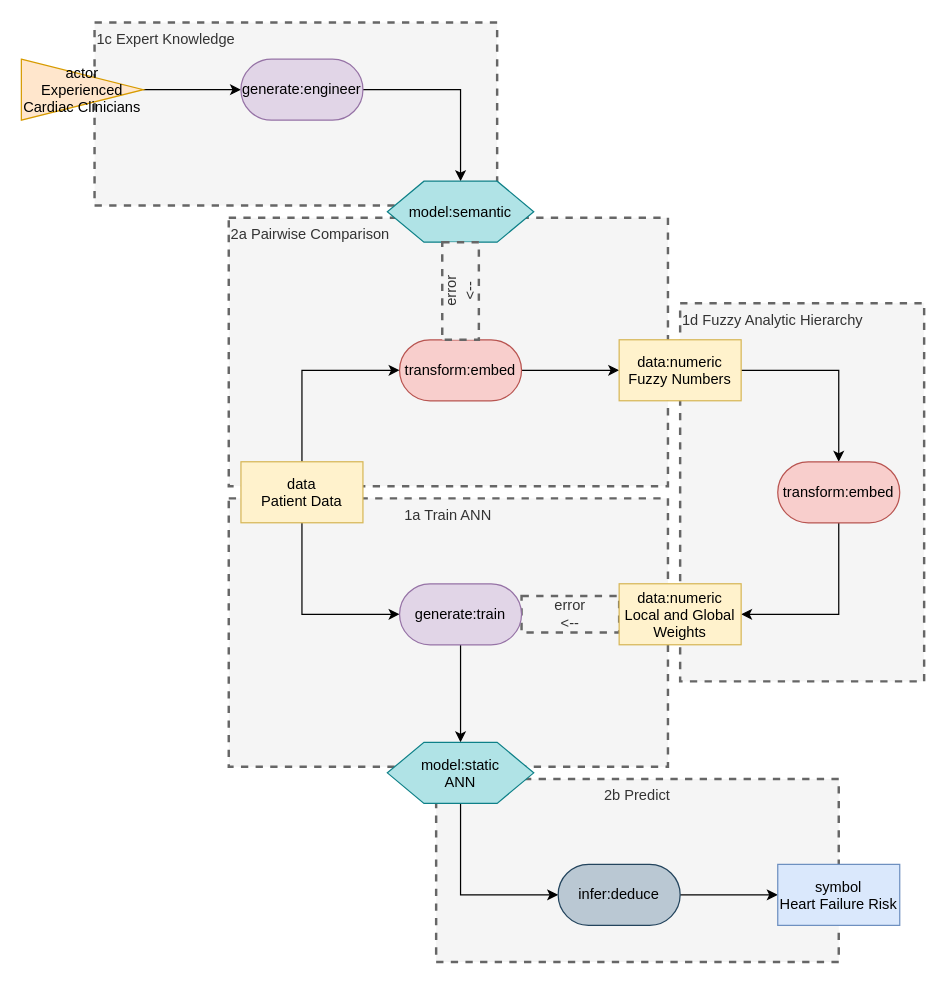
The draw.io diagram page "Page-1" (1 of 2) of medical patterns to boxologies/Rules influence ML Training (RMLT)/An integrated decision support system based on ANN and Fuzzy_AHP for heart failure risk prediction.drawio in zonnesmit/thesis, before the edit. Source tidied: cells renumbered, new cells numbered last; positions are measured from the earlier drawing's top-left corner, leaving out a move shared by most shapes. Both pictures are drawn from the tidied source at 122%, with x=0, y=0 at pixel (21, 22).
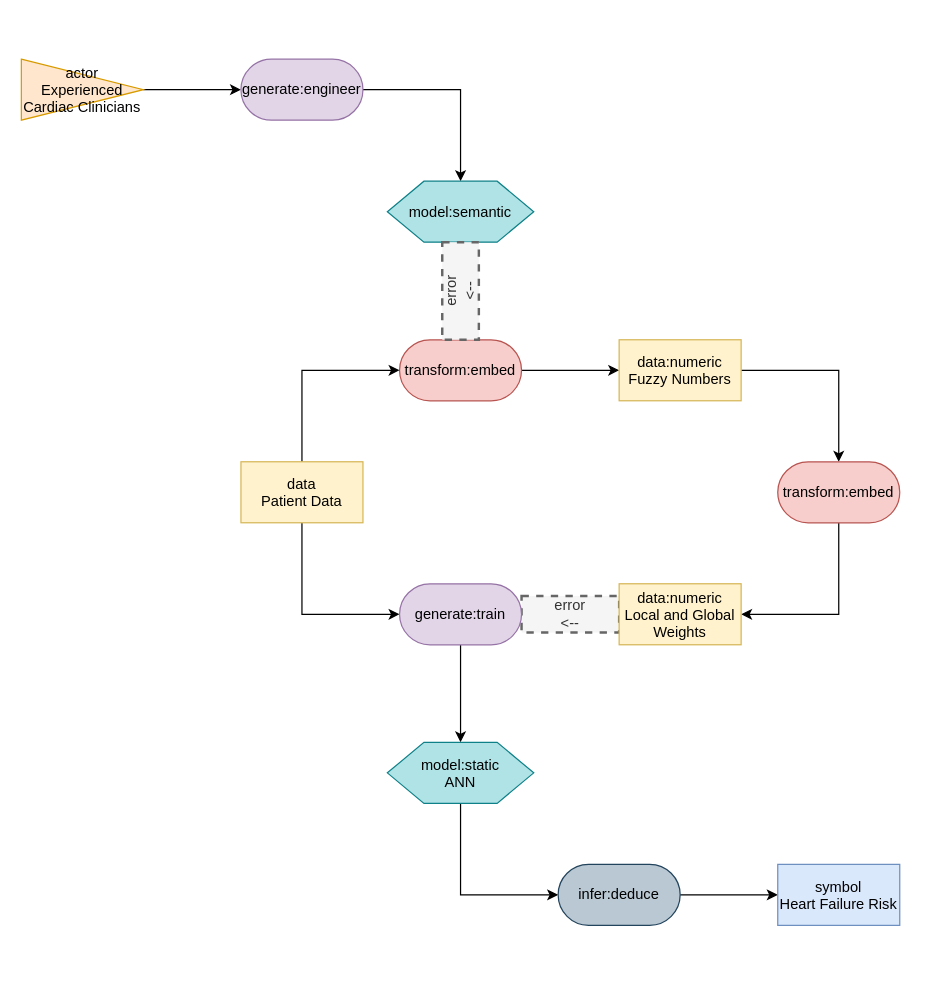
The same page after the edit.

What changed in the source:
```diff
@@
-    <mxCell id="2" value="2b Predict" style="text;html=1;align=center;verticalAlign=top;whiteSpace=wrap;rounded=0;dashed=1;fillColor=#f5f5f5;fontColor=#333333;strokeColor=#666666;strokeWidth=2;horizontal=1;" parent="1" vertex="1">
-      <mxGeometry x="340" y="620" width="330" height="150" as="geometry" />
-    </mxCell>
-    <mxCell id="3" value="1d Fuzzy Analytic Hierarchy" style="text;html=1;align=left;verticalAlign=top;whiteSpace=wrap;rounded=0;dashed=1;fillColor=#f5f5f5;fontColor=#333333;strokeColor=#666666;strokeWidth=2;horizontal=1;" parent="1" vertex="1">
-      <mxGeometry x="540" y="230" width="200" height="310" as="geometry" />
-    </mxCell>
-    <mxCell id="4" value="1a Train ANN" style="text;html=1;align=center;verticalAlign=top;whiteSpace=wrap;rounded=0;dashed=1;fillColor=#f5f5f5;fontColor=#333333;strokeColor=#666666;strokeWidth=2;horizontal=1;" parent="1" vertex="1">
-      <mxGeometry x="170" y="390" width="360" height="220" as="geometry" />
-    </mxCell>
-    <mxCell id="5" value="2a Pairwise Comparison" style="text;html=1;align=left;verticalAlign=top;whiteSpace=wrap;rounded=0;dashed=1;fillColor=#f5f5f5;fontColor=#333333;strokeColor=#666666;strokeWidth=2;horizontal=1;" parent="1" vertex="1">
-      <mxGeometry x="170" y="160" width="360" height="220" as="geometry" />
-    </mxCell>
-    <mxCell id="6" value="1c Expert Knowledge" style="text;html=1;align=left;verticalAlign=top;whiteSpace=wrap;rounded=0;dashed=1;fillColor=#f5f5f5;fontColor=#333333;strokeColor=#666666;strokeWidth=2;horizontal=1;" parent="1" vertex="1">
-      <mxGeometry x="60" width="330" height="150" as="geometry" />
-    </mxCell>
```
